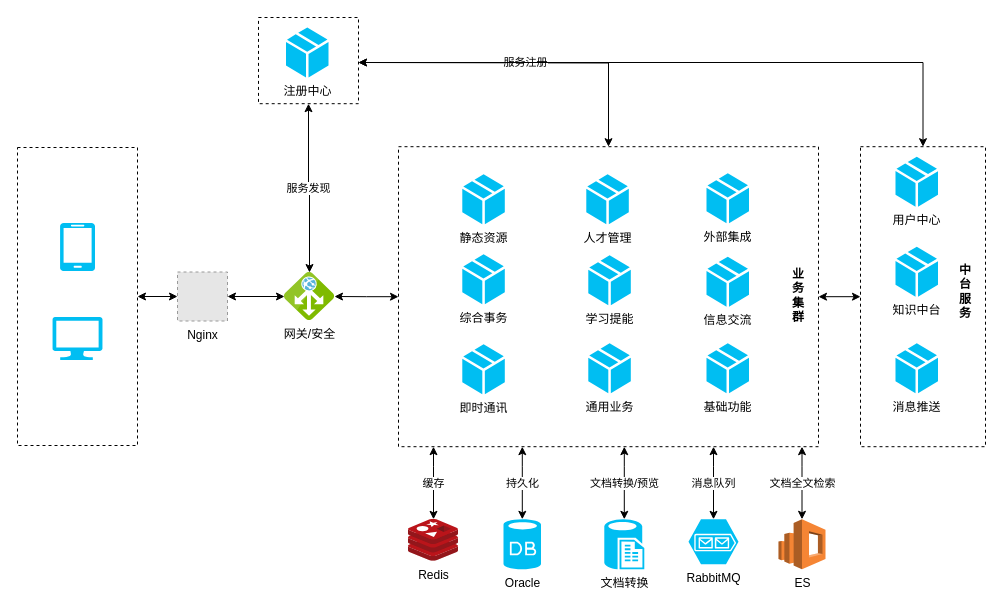
Earlier version of the draw.io diagram 部署.drawio (sachwei/drawio). Source tidied: cells renumbered, new cells numbered last; positions are measured from the earlier drawing's top-left corner, leaving out a move shared by most shapes. Both pictures are drawn from the tidied source at 100%, with x=0, y=0 at pixel (17, 17). Pictures stored in the file or linked from it are replaced by grey dashed boxes.
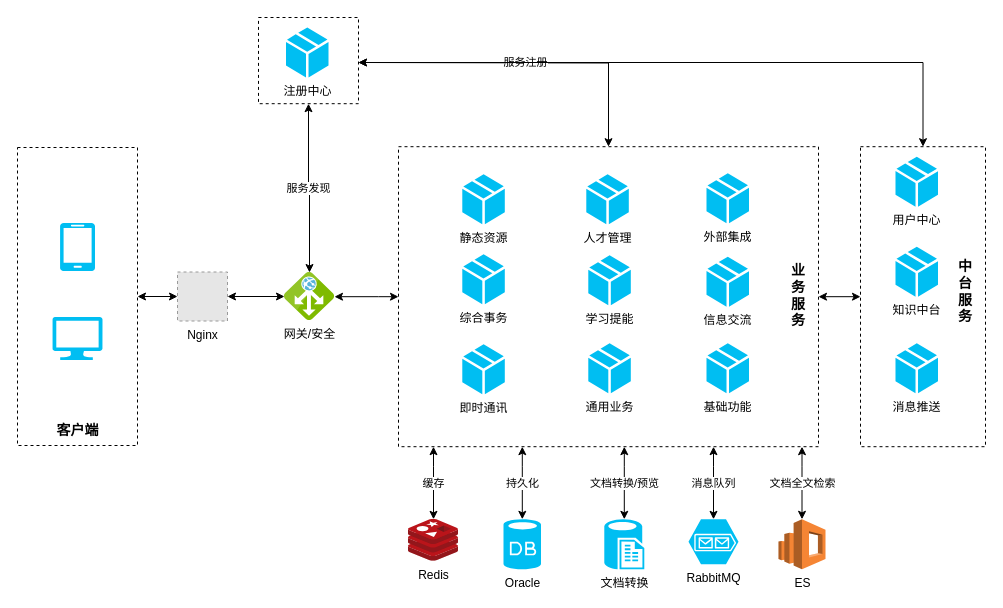
The same page after the edit.

Unchanged cells that the change refers to:
```xml
<mxCell id="15" style="rounded=0;whiteSpace=wrap;html=1;dashed=1;fillColor=#ffffff;gradientColor=none;glass=0;" parent="1" vertex="1">
  <mxGeometry x="381" y="129.2" width="420" height="300" as="geometry" />
</mxCell>
<mxCell id="26" value="网关/安全" style="html=1;points=[];align=center;image;fontSize=12;image=img/lib/mscae/Application_Gateway.svg;" parent="1" vertex="1">
  <mxGeometry x="267" y="255" width="50" height="48" as="geometry" />
</mxCell>
```

Diff of the diagram source:
```diff
@@
-    <mxCell id="14" style="edgeStyle=orthogonalEdgeStyle;rounded=0;jettySize=auto;html=1;startArrow=classic;startFill=1;endArrow=classic;endFill=1;" parent="1" edge="1" source="15" target="26">
-      <mxGeometry relative="1" as="geometry" />
+    <mxCell id="14" style="edgeStyle=orthogonalEdgeStyle;rounded=0;jettySize=auto;html=1;startArrow=classic;startFill=1;endArrow=classic;endFill=1;exitX=0;exitY=0.5;exitDx=0;exitDy=0;" parent="1" edge="1" source="15" target="26">
+      <mxGeometry relative="1" as="geometry">
+        <Array as="points">
+          <mxPoint x="361" y="279" />
+          <mxPoint x="361" y="279" />
+        </Array>
+      </mxGeometry>
     </mxCell>
@@
-    <mxCell id="31" value="中&lt;br&gt;台&lt;br&gt;服&lt;br&gt;务" style="text;html=1;strokeColor=none;fillColor=none;align=center;verticalAlign=middle;whiteSpace=wrap;rounded=0;dashed=1;fontStyle=1;" parent="1" vertex="1">
+    <mxCell id="31" value="中&lt;br style=&quot;font-size: 14px;&quot;&gt;台&lt;br style=&quot;font-size: 14px;&quot;&gt;服&lt;br style=&quot;font-size: 14px;&quot;&gt;务" style="text;html=1;strokeColor=none;fillColor=none;align=center;verticalAlign=middle;whiteSpace=wrap;rounded=0;dashed=1;fontStyle=1;fontSize=14;" parent="1" vertex="1">
       <mxGeometry x="928" y="239.2" width="40" height="70" as="geometry" />
     </mxCell>
-    <mxCell id="32" value="业&lt;br&gt;务&lt;br&gt;集&lt;br&gt;群" style="text;html=1;strokeColor=none;fillColor=none;align=center;verticalAlign=middle;whiteSpace=wrap;rounded=0;dashed=1;fontStyle=1;" parent="1" vertex="1">
+    <mxCell id="32" value="业&lt;br style=&quot;font-size: 14px;&quot;&gt;务&lt;br style=&quot;font-size: 14px;&quot;&gt;服&lt;br style=&quot;font-size: 14px;&quot;&gt;务" style="text;html=1;strokeColor=none;fillColor=none;align=center;verticalAlign=middle;whiteSpace=wrap;rounded=0;dashed=1;fontStyle=1;fontSize=14;" parent="1" vertex="1">
       <mxGeometry x="761" y="243.2" width="40" height="70" as="geometry" />
     </mxCell>
@@
+    <mxCell id="42" value="客户端" style="text;strokeColor=none;fillColor=none;html=1;fontSize=14;fontStyle=1;verticalAlign=middle;align=center;rounded=0;glass=0;dashed=1;" parent="1" vertex="1">
+      <mxGeometry x="24.5" y="398.8" width="71" height="29.2" as="geometry" />
+    </mxCell>
```
